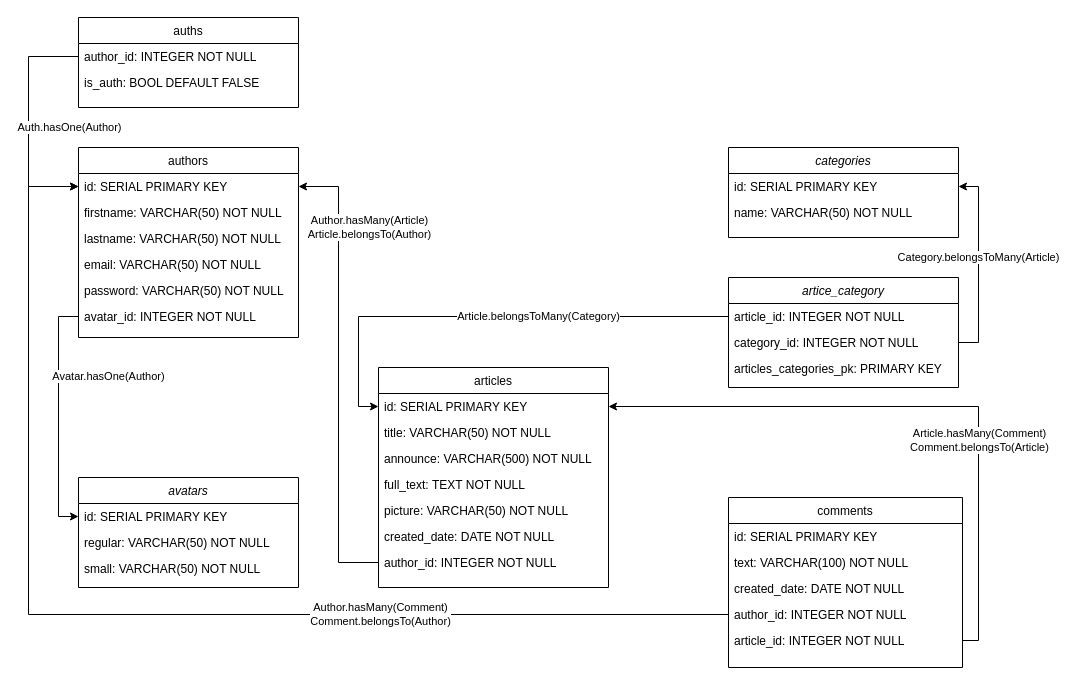
htmlacademy-nodejs/352625-typoteka-3 keeps this draw.io diagram as src/data/db/typoteka.drawio. Above is the earlier version. Source tidied: cells renumbered, new cells numbered last; positions are measured from the earlier drawing's top-left corner, leaving out a move shared by most shapes. Both pictures are drawn from the tidied source at 100%, with x=0, y=0 at pixel (28, 17).
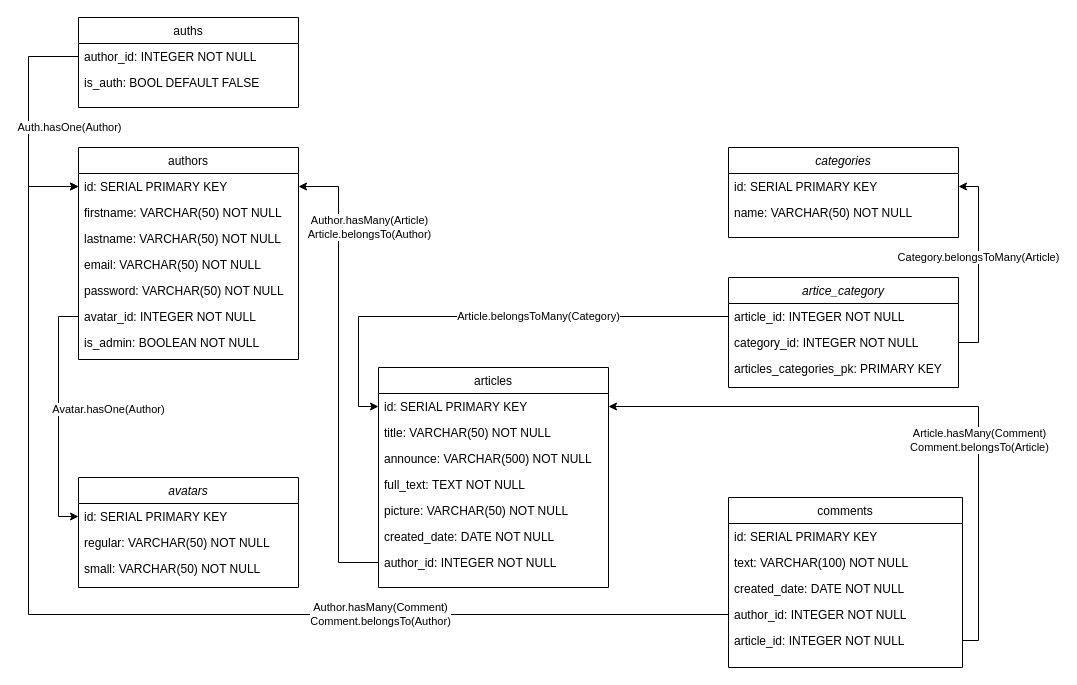
Above is the later version.

Commit message:
Adds in diagram 'authors'.'is_admin' field

The change refers to these unchanged cells:
```xml
<mxCell id="18" value="avatar_id: INTEGER NOT NULL" style="text;align=left;verticalAlign=top;spacingLeft=4;spacingRight=4;overflow=hidden;points=[[0,0.5],[1,0.5]];portConstraint=eastwest;" parent="12" vertex="1">
  <mxGeometry y="156" width="220" height="26" as="geometry" />
</mxCell>
<mxCell id="35" value="id: SERIAL PRIMARY KEY" style="text;align=left;verticalAlign=top;spacingLeft=4;spacingRight=4;overflow=hidden;points=[[0,0.5],[1,0.5]];portConstraint=eastwest;" parent="34" vertex="1">
  <mxGeometry y="26" width="220" height="26" as="geometry" />
</mxCell>
```

The edit, as a diff of the source:
```diff
@@
     <mxCell id="4" value="Avatar.hasOne(Author)" style="edgeStyle=orthogonalEdgeStyle;rounded=0;jettySize=auto;html=1;exitX=0;exitY=0.5;exitDx=0;exitDy=0;entryX=0;entryY=0.5;entryDx=0;entryDy=0;startArrow=classic;startFill=1;endArrow=none;endFill=0;" parent="1" edge="1" source="35" target="18">
-      <mxGeometry x="0.33" y="-50" relative="1" as="geometry" />
+      <mxGeometry x="0.06" y="-50" relative="1" as="geometry" />
     </mxCell>
@@
     <mxCell id="12" value="authors" style="swimlane;fontStyle=0;align=center;verticalAlign=top;horizontal=1;startSize=26;rounded=0;shadow=0;strokeWidth=1;" parent="1" vertex="1">
-      <mxGeometry x="50" y="130" width="220" height="190" as="geometry" />
+      <mxGeometry x="50" y="130" width="220" height="212" as="geometry" />
     </mxCell>
@@
+    <mxCell id="48" value="is_admin: BOOLEAN NOT NULL" style="text;align=left;verticalAlign=top;spacingLeft=4;spacingRight=4;overflow=hidden;" parent="12" vertex="1">
+      <mxGeometry y="182" width="220" height="26" as="geometry" />
+    </mxCell>
```
